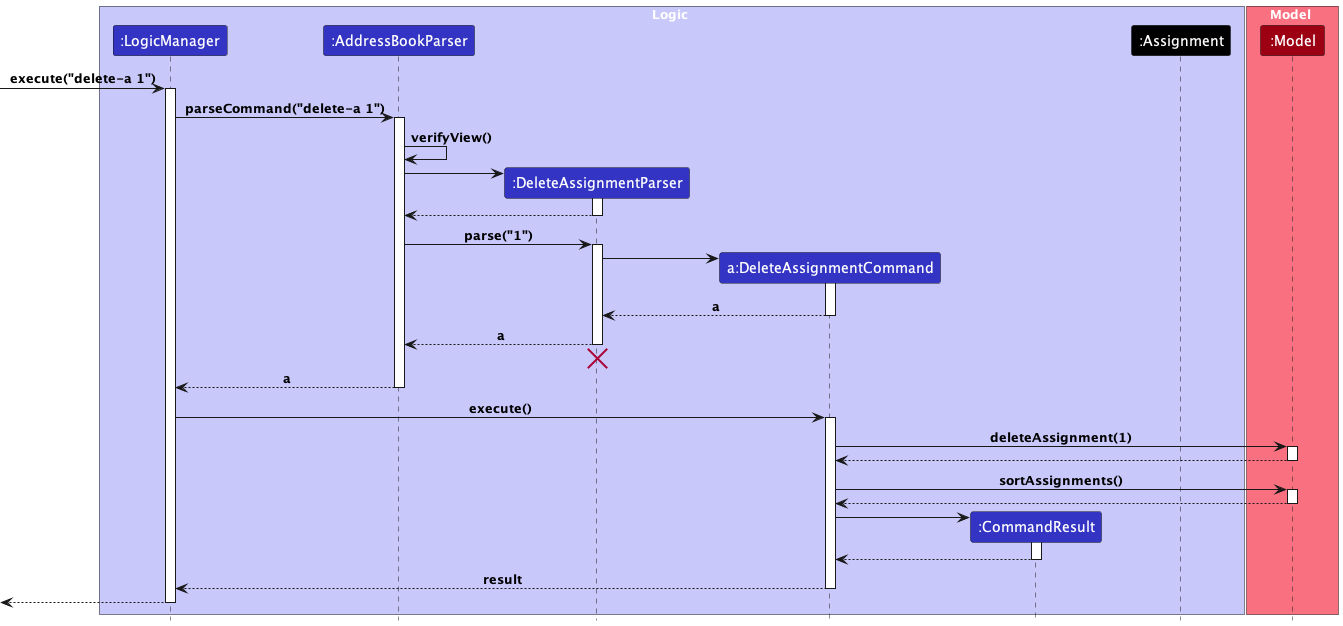
Earlier version of the PlantUML export docs/images/DeleteAssignmentSeq.png (seewhyjay/tp).
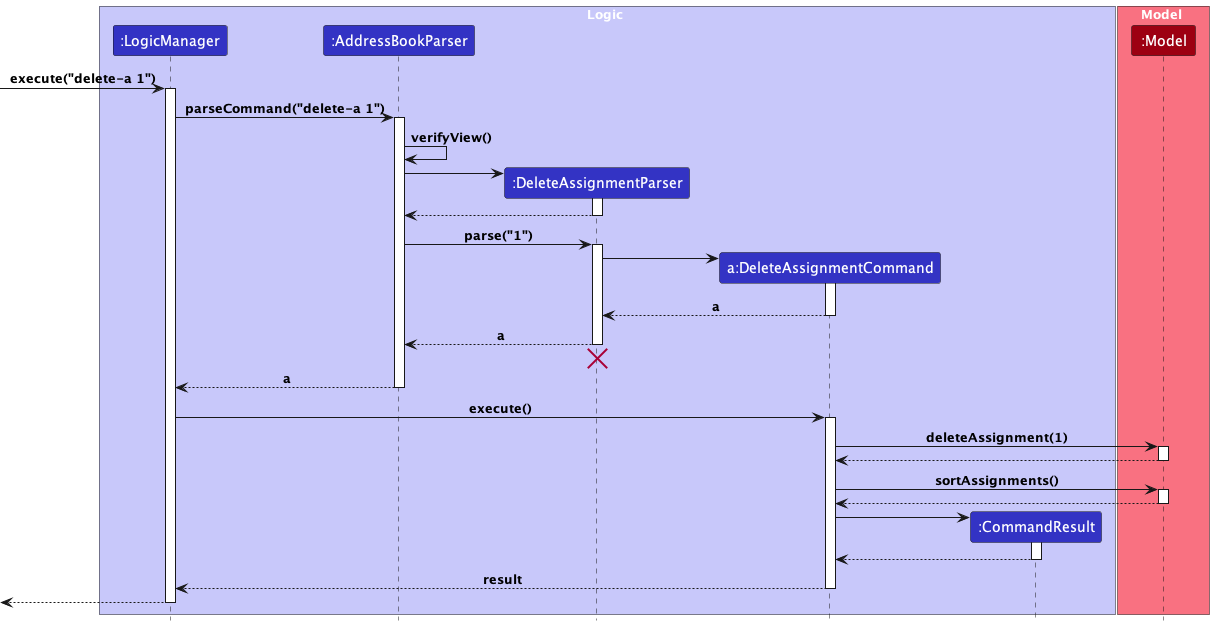
After the change.

Diff of the diagram source:
```diff
@@ -7,7 +7,6 @@
 participant ":DeleteAssignmentParser" as DeleteAssignmentParser LOGIC_COLOR
 participant "a:DeleteAssignmentCommand" as DeleteAssignmentCommand LOGIC_COLOR
 participant ":CommandResult" as CommandResult LOGIC_COLOR
-participant ":Assignment" as Assignment USER_COLOR
 end box
 
 box Model MODEL_COLOR_T1
```
